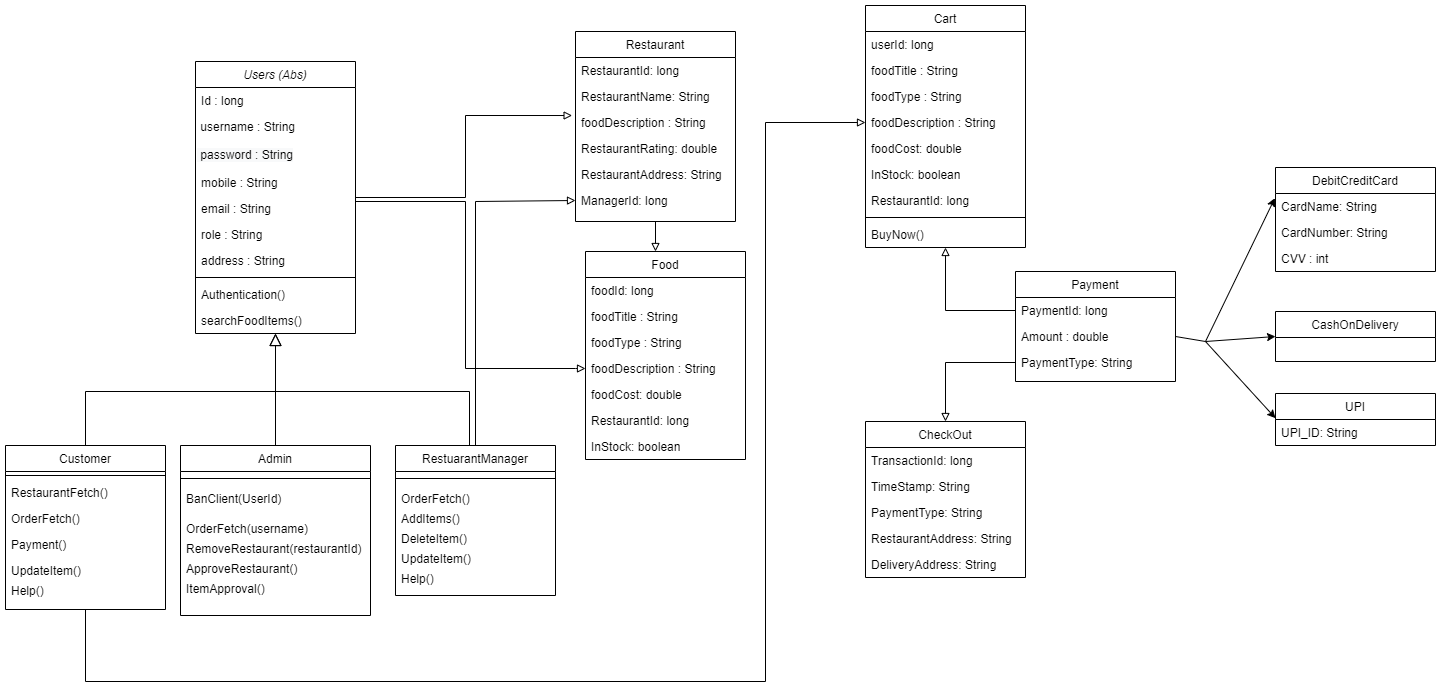
Above: Diagrams/Class Diagram.png in gptshubham595/KhanaKhazana (draw.io), before the change. Source tidied: cells renumbered, new cells last; positions are measured from the earlier drawing's top-left corner, leaving out a move shared by most shapes.
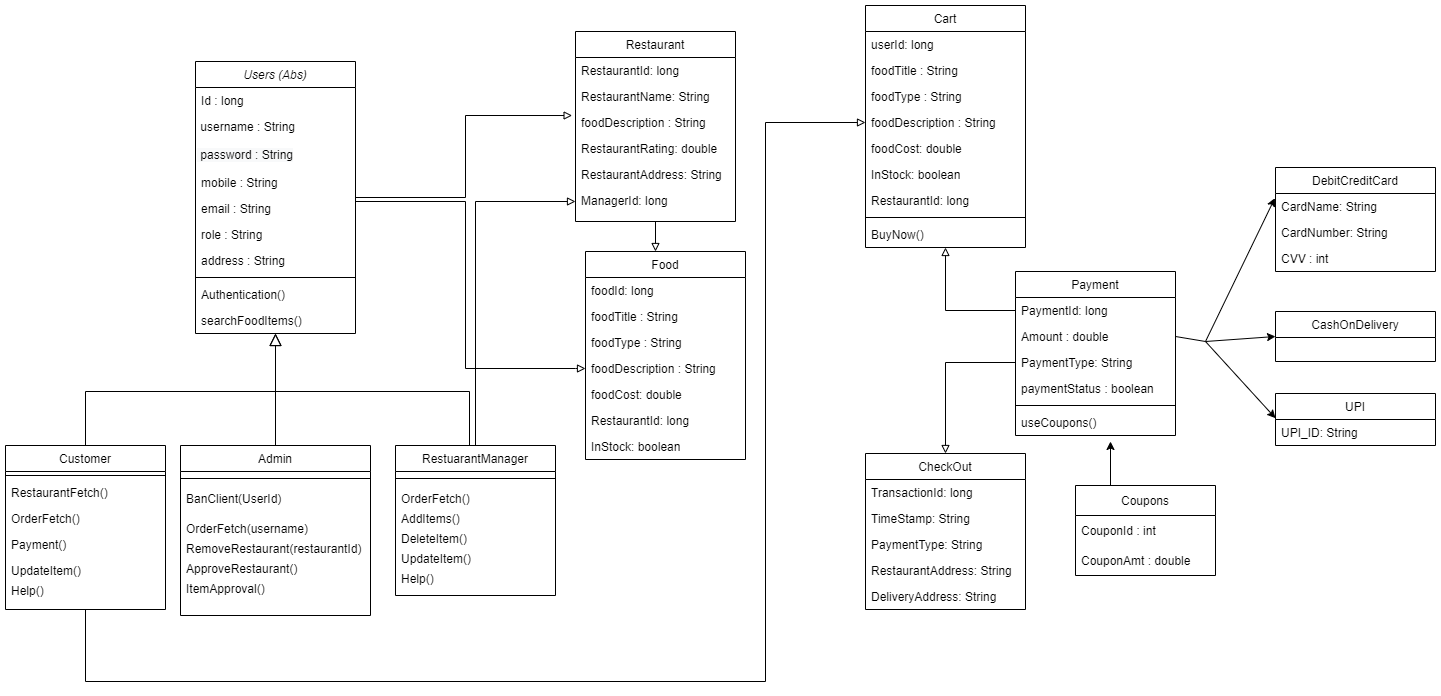
The same file after the commit.

Commit message:
minor changes to class diagram (Coupons)

The edit, as a diff of the source:
```diff
@@ -195,7 +195,7 @@
       <mxGeometry y="216" width="160" height="26" as="geometry" />
     </mxCell>
     <mxCell id="59" value="CheckOut" style="swimlane;fontStyle=0;align=center;verticalAlign=top;horizontal=1;startSize=26;rounded=0;shadow=0;strokeWidth=1;" parent="1" vertex="1">
-      <mxGeometry x="860" y="416" width="160" height="156" as="geometry" />
+      <mxGeometry x="860" y="448" width="160" height="156" as="geometry" />
     </mxCell>
     <mxCell id="60" value="TransactionId: long" style="text;align=left;verticalAlign=top;spacingLeft=4;spacingRight=4;overflow=hidden;" parent="59" vertex="1">
       <mxGeometry y="26" width="160" height="26" as="geometry" />
@@ -239,7 +239,7 @@
       <mxGeometry y="156" width="160" height="26" as="geometry" />
     </mxCell>
     <mxCell id="73" value="Payment" style="swimlane;fontStyle=0;align=center;verticalAlign=top;horizontal=1;startSize=26;rounded=0;shadow=0;strokeWidth=1;" parent="1" vertex="1">
-      <mxGeometry x="1010" y="266" width="160" height="110" as="geometry" />
+      <mxGeometry x="1010" y="266" width="160" height="164" as="geometry" />
     </mxCell>
     <mxCell id="74" value="PaymentId: long" style="text;align=left;verticalAlign=top;spacingLeft=4;spacingRight=4;overflow=hidden;points=[[0,0.5],[1,0.5]];portConstraint=eastwest;" parent="73" vertex="1">
       <mxGeometry y="26" width="160" height="26" as="geometry" />
@@ -250,6 +250,15 @@
     <mxCell id="76" value="PaymentType: String" style="text;align=left;verticalAlign=top;spacingLeft=4;spacingRight=4;overflow=hidden;points=[[0,0.5],[1,0.5]];portConstraint=eastwest;" parent="73" vertex="1">
       <mxGeometry y="78" width="160" height="26" as="geometry" />
     </mxCell>
+    <mxCell id="89" value="paymentStatus : boolean" style="text;align=left;verticalAlign=top;spacingLeft=4;spacingRight=4;overflow=hidden;" parent="73" vertex="1">
+      <mxGeometry y="104" width="160" height="26" as="geometry" />
+    </mxCell>
+    <mxCell id="90" style="line;html=1;strokeWidth=1;align=left;verticalAlign=middle;spacingTop=-1;spacingLeft=3;spacingRight=3;labelPosition=right;" parent="73" vertex="1">
+      <mxGeometry y="130" width="160" height="8" as="geometry" />
+    </mxCell>
+    <mxCell id="91" value="useCoupons()" style="text;align=left;verticalAlign=top;spacingLeft=4;spacingRight=4;overflow=hidden;" parent="73" vertex="1">
+      <mxGeometry y="138" width="160" height="26" as="geometry" />
+    </mxCell>
     <mxCell id="77" style="edgeStyle=orthogonalEdgeStyle;rounded=0;jettySize=auto;html=1;startArrow=none;startFill=0;endArrow=block;endFill=0;entryX=0.5;entryY=0;entryDx=0;entryDy=0;" parent="1" edge="1" source="76" target="59">
       <mxGeometry relative="1" as="geometry">
         <Array as="points">
@@ -304,5 +313,19 @@
         </Array>
       </mxGeometry>
     </mxCell>
+    <mxCell id="92" value="Coupons" style="swimlane;fontStyle=0;horizontal=1;startSize=30;" parent="1" vertex="1">
+      <mxGeometry x="1070" y="480" width="140" height="90" as="geometry" />
+    </mxCell>
+    <mxCell id="93" value="CouponId : int" style="text;strokeColor=none;fillColor=none;align=left;verticalAlign=middle;spacingLeft=4;spacingRight=4;overflow=hidden;" parent="92" vertex="1">
+      <mxGeometry y="30" width="140" height="30" as="geometry" />
+    </mxCell>
+    <mxCell id="94" value="CouponAmt : double" style="text;strokeColor=none;fillColor=none;align=left;verticalAlign=middle;spacingLeft=4;spacingRight=4;overflow=hidden;" parent="92" vertex="1">
+      <mxGeometry y="60" width="140" height="30" as="geometry" />
+    </mxCell>
+    <mxCell id="95" style="endArrow=classic;html=1;rounded=0;exitX=0.25;exitY=0;exitDx=0;exitDy=0;" parent="1" edge="1" source="92">
+      <mxGeometry relative="1" as="geometry">
+        <mxPoint x="1105" y="436" as="targetPoint" />
+      </mxGeometry>
+    </mxCell>
   </root>
 </mxGraphModel>
```
